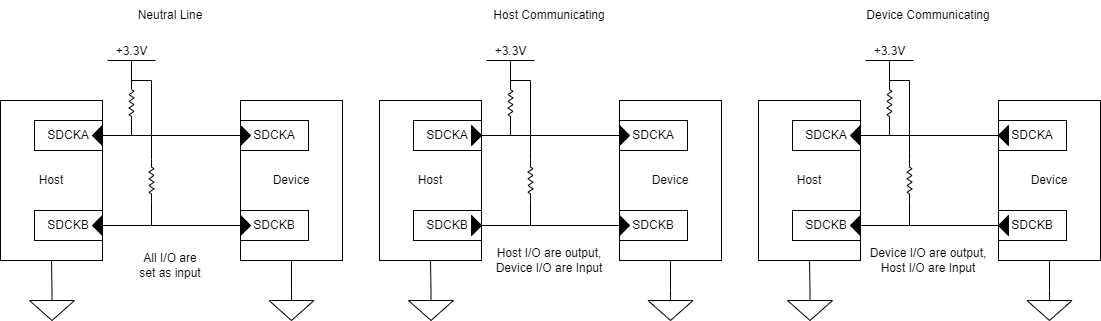
Before: images/Maple_Bus_Hardware_Communication.png, a diagram exported from draw.io (OrangeFox86/DreamcastControllerUsbPico). Source tidied: cells renumbered, new cells last; positions are measured from the earlier drawing's top-left corner, leaving out a move shared by most shapes.
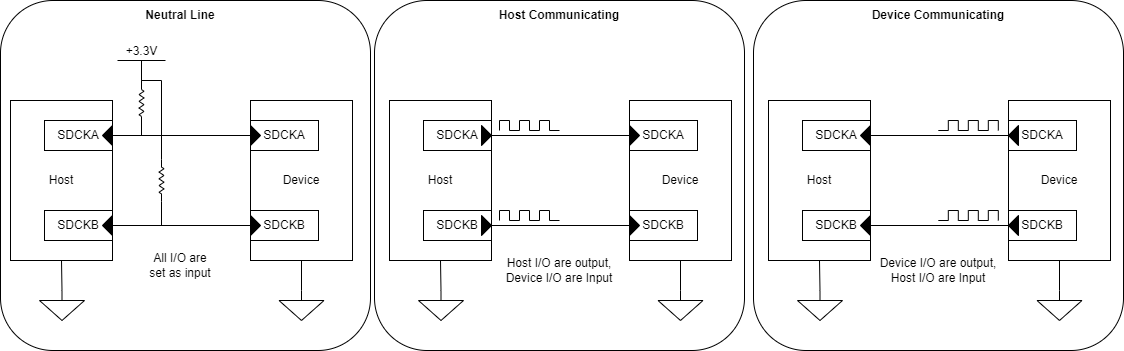
Later version of the same file.

Commit message:
Updated hardware communication image

The edit, as a diff of the source:
```diff
@@ -2,6 +2,15 @@
   <root>
     <mxCell id="0" />
     <mxCell id="1" parent="0" />
+    <mxCell id="77" style="rounded=1;whiteSpace=wrap;html=1;fillColor=none;" parent="1" vertex="1">
+      <mxGeometry x="-10" width="370" height="350" as="geometry" />
+    </mxCell>
+    <mxCell id="78" style="rounded=1;whiteSpace=wrap;html=1;fillColor=none;" parent="1" vertex="1">
+      <mxGeometry x="743" width="370" height="350" as="geometry" />
+    </mxCell>
+    <mxCell id="79" style="rounded=1;whiteSpace=wrap;html=1;fillColor=none;" parent="1" vertex="1">
+      <mxGeometry x="364" width="370" height="350" as="geometry" />
+    </mxCell>
     <mxCell id="2" value="Host" style="rounded=0;whiteSpace=wrap;html=1;" parent="1" vertex="1">
       <mxGeometry y="100" width="102" height="160" as="geometry" />
     </mxCell>
@@ -68,7 +77,7 @@
     <mxCell id="20" value="SDCKB" style="rounded=0;whiteSpace=wrap;html=1;" parent="1" vertex="1">
       <mxGeometry x="240" y="210" width="68" height="30" as="geometry" />
     </mxCell>
-    <mxCell id="21" value="Neutral Line" style="text;html=1;strokeColor=none;fillColor=none;align=center;verticalAlign=middle;whiteSpace=wrap;rounded=0;" parent="1" vertex="1">
+    <mxCell id="21" value="Neutral Line" style="text;html=1;strokeColor=none;fillColor=none;align=center;verticalAlign=middle;whiteSpace=wrap;rounded=0;fontStyle=1;" parent="1" vertex="1">
       <mxGeometry width="340" height="30" as="geometry" />
     </mxCell>
     <mxCell id="22" style="triangle;whiteSpace=wrap;html=1;fillColor=#000000;" parent="1" vertex="1">
@@ -110,36 +119,6 @@
     <mxCell id="34" style="endArrow=none;html=1;rounded=0;exitX=0.5;exitY=0;exitDx=0;exitDy=0;exitPerimeter=0;" parent="1" edge="1" source="33" target="42">
       <mxGeometry relative="1" as="geometry" />
     </mxCell>
-    <mxCell id="35" value="+3.3V" style="verticalLabelPosition=top;verticalAlign=bottom;shape=mxgraph.electrical.signal_sources.vdd;shadow=0;dashed=0;align=center;strokeWidth=1;fontSize=12;html=1;flipV=1;" parent="1" vertex="1">
-      <mxGeometry x="486" y="60" width="48" height="20" as="geometry" />
-    </mxCell>
-    <mxCell id="36" style="verticalLabelPosition=bottom;shadow=0;dashed=0;align=center;html=1;verticalAlign=top;strokeWidth=1;shape=mxgraph.electrical.resistors.resistor_2;rounded=1;comic=0;labelBackgroundColor=none;fontFamily=Verdana;fontSize=12;rotation=90;" parent="1" vertex="1">
-      <mxGeometry x="489" y="100" width="42" height="5" as="geometry" />
-    </mxCell>
-    <mxCell id="37" style="endArrow=none;html=1;rounded=0;fontSize=12;entryX=0.5;entryY=0;entryDx=0;entryDy=0;entryPerimeter=0;exitX=0;exitY=0.5;exitDx=0;exitDy=0;exitPerimeter=0;" parent="1" edge="1" source="36" target="35">
-      <mxGeometry relative="1" as="geometry" />
-    </mxCell>
-    <mxCell id="38" style="endArrow=none;html=1;rounded=0;fontSize=12;entryX=1;entryY=0.5;entryDx=0;entryDy=0;entryPerimeter=0;" parent="1" edge="1" target="36">
-      <mxGeometry relative="1" as="geometry">
-        <mxPoint x="510" y="135" as="sourcePoint" />
-      </mxGeometry>
-    </mxCell>
-    <mxCell id="39" style="verticalLabelPosition=bottom;shadow=0;dashed=0;align=center;html=1;verticalAlign=top;strokeWidth=1;shape=mxgraph.electrical.resistors.resistor_2;rounded=1;comic=0;labelBackgroundColor=none;fontFamily=Verdana;fontSize=12;rotation=90;" parent="1" vertex="1">
-      <mxGeometry x="509" y="177.5" width="42" height="5" as="geometry" />
-    </mxCell>
-    <mxCell id="40" style="endArrow=none;html=1;rounded=0;fontSize=12;entryX=0;entryY=0.5;entryDx=0;entryDy=0;entryPerimeter=0;exitX=0;exitY=0.5;exitDx=0;exitDy=0;exitPerimeter=0;edgeStyle=orthogonalEdgeStyle;" parent="1" edge="1" source="36" target="39">
-      <mxGeometry relative="1" as="geometry">
-        <Array as="points">
-          <mxPoint x="510" y="80" />
-          <mxPoint x="530" y="80" />
-        </Array>
-      </mxGeometry>
-    </mxCell>
-    <mxCell id="41" style="endArrow=none;html=1;rounded=0;fontSize=12;entryX=1;entryY=0.5;entryDx=0;entryDy=0;entryPerimeter=0;" parent="1" edge="1" target="39">
-      <mxGeometry relative="1" as="geometry">
-        <mxPoint x="530" y="225" as="sourcePoint" />
-      </mxGeometry>
-    </mxCell>
     <mxCell id="42" value="Device" style="rounded=0;whiteSpace=wrap;html=1;" parent="1" vertex="1">
       <mxGeometry x="619" y="100" width="102" height="160" as="geometry" />
     </mxCell>
@@ -149,7 +128,7 @@
     <mxCell id="44" value="SDCKB" style="rounded=0;whiteSpace=wrap;html=1;" parent="1" vertex="1">
       <mxGeometry x="619" y="210" width="68" height="30" as="geometry" />
     </mxCell>
-    <mxCell id="45" value="Host Communicating" style="text;html=1;strokeColor=none;fillColor=none;align=center;verticalAlign=middle;whiteSpace=wrap;rounded=0;" parent="1" vertex="1">
+    <mxCell id="45" value="Host Communicating" style="text;html=1;strokeColor=none;fillColor=none;align=center;verticalAlign=middle;whiteSpace=wrap;rounded=0;fontStyle=1;" parent="1" vertex="1">
       <mxGeometry x="379" width="340" height="30" as="geometry" />
     </mxCell>
     <mxCell id="46" style="triangle;whiteSpace=wrap;html=1;fillColor=#000000;" parent="1" vertex="1">
@@ -168,7 +147,7 @@
       <mxGeometry x="135" y="250" width="70" height="30" as="geometry" />
     </mxCell>
     <mxCell id="51" value="Host I/O are output, Device I/O are Input" style="text;html=1;strokeColor=none;fillColor=none;align=center;verticalAlign=middle;whiteSpace=wrap;rounded=0;" parent="1" vertex="1">
-      <mxGeometry x="489" y="240" width="120" height="40" as="geometry" />
+      <mxGeometry x="489" y="250" width="120" height="40" as="geometry" />
     </mxCell>
     <mxCell id="52" value="Host" style="rounded=0;whiteSpace=wrap;html=1;" parent="1" vertex="1">
       <mxGeometry x="758" y="100" width="102" height="160" as="geometry" />
@@ -197,36 +176,6 @@
     <mxCell id="60" style="endArrow=none;html=1;rounded=0;exitX=0.5;exitY=0;exitDx=0;exitDy=0;exitPerimeter=0;" parent="1" edge="1" source="59" target="68">
       <mxGeometry relative="1" as="geometry" />
     </mxCell>
-    <mxCell id="61" value="+3.3V" style="verticalLabelPosition=top;verticalAlign=bottom;shape=mxgraph.electrical.signal_sources.vdd;shadow=0;dashed=0;align=center;strokeWidth=1;fontSize=12;html=1;flipV=1;" parent="1" vertex="1">
-      <mxGeometry x="865" y="60" width="48" height="20" as="geometry" />
-    </mxCell>
-    <mxCell id="62" style="verticalLabelPosition=bottom;shadow=0;dashed=0;align=center;html=1;verticalAlign=top;strokeWidth=1;shape=mxgraph.electrical.resistors.resistor_2;rounded=1;comic=0;labelBackgroundColor=none;fontFamily=Verdana;fontSize=12;rotation=90;" parent="1" vertex="1">
-      <mxGeometry x="868" y="100" width="42" height="5" as="geometry" />
-    </mxCell>
-    <mxCell id="63" style="endArrow=none;html=1;rounded=0;fontSize=12;entryX=0.5;entryY=0;entryDx=0;entryDy=0;entryPerimeter=0;exitX=0;exitY=0.5;exitDx=0;exitDy=0;exitPerimeter=0;" parent="1" edge="1" source="62" target="61">
-      <mxGeometry relative="1" as="geometry" />
-    </mxCell>
-    <mxCell id="64" style="endArrow=none;html=1;rounded=0;fontSize=12;entryX=1;entryY=0.5;entryDx=0;entryDy=0;entryPerimeter=0;" parent="1" edge="1" target="62">
-      <mxGeometry relative="1" as="geometry">
-        <mxPoint x="889" y="135" as="sourcePoint" />
-      </mxGeometry>
-    </mxCell>
-    <mxCell id="65" style="verticalLabelPosition=bottom;shadow=0;dashed=0;align=center;html=1;verticalAlign=top;strokeWidth=1;shape=mxgraph.electrical.resistors.resistor_2;rounded=1;comic=0;labelBackgroundColor=none;fontFamily=Verdana;fontSize=12;rotation=90;" parent="1" vertex="1">
-      <mxGeometry x="888" y="177.5" width="42" height="5" as="geometry" />
-    </mxCell>
-    <mxCell id="66" style="endArrow=none;html=1;rounded=0;fontSize=12;entryX=0;entryY=0.5;entryDx=0;entryDy=0;entryPerimeter=0;exitX=0;exitY=0.5;exitDx=0;exitDy=0;exitPerimeter=0;edgeStyle=orthogonalEdgeStyle;" parent="1" edge="1" source="62" target="65">
-      <mxGeometry relative="1" as="geometry">
-        <Array as="points">
-          <mxPoint x="889" y="80" />
-          <mxPoint x="909" y="80" />
-        </Array>
-      </mxGeometry>
-    </mxCell>
-    <mxCell id="67" style="endArrow=none;html=1;rounded=0;fontSize=12;entryX=1;entryY=0.5;entryDx=0;entryDy=0;entryPerimeter=0;" parent="1" edge="1" target="65">
-      <mxGeometry relative="1" as="geometry">
-        <mxPoint x="909" y="225" as="sourcePoint" />
-      </mxGeometry>
-    </mxCell>
     <mxCell id="68" value="Device" style="rounded=0;whiteSpace=wrap;html=1;" parent="1" vertex="1">
       <mxGeometry x="998" y="100" width="102" height="160" as="geometry" />
     </mxCell>
@@ -236,7 +185,7 @@
     <mxCell id="70" value="SDCKB" style="rounded=0;whiteSpace=wrap;html=1;" parent="1" vertex="1">
       <mxGeometry x="998" y="210" width="68" height="30" as="geometry" />
     </mxCell>
-    <mxCell id="71" value="Device Communicating" style="text;html=1;strokeColor=none;fillColor=none;align=center;verticalAlign=middle;whiteSpace=wrap;rounded=0;" parent="1" vertex="1">
+    <mxCell id="71" value="Device Communicating" style="text;html=1;strokeColor=none;fillColor=none;align=center;verticalAlign=middle;whiteSpace=wrap;rounded=0;fontStyle=1;" parent="1" vertex="1">
       <mxGeometry x="758" width="340" height="30" as="geometry" />
     </mxCell>
     <mxCell id="72" style="triangle;whiteSpace=wrap;html=1;fillColor=#000000;rotation=-180;" parent="1" vertex="1">
@@ -252,7 +201,295 @@
       <mxGeometry x="850" y="215" width="10" height="20" as="geometry" />
     </mxCell>
     <mxCell id="76" value="Device I/O are output, Host I/O are Input" style="text;html=1;strokeColor=none;fillColor=none;align=center;verticalAlign=middle;whiteSpace=wrap;rounded=0;" parent="1" vertex="1">
-      <mxGeometry x="868" y="240" width="120" height="40" as="geometry" />
+      <mxGeometry x="868" y="250" width="120" height="40" as="geometry" />
     </mxCell>
+    <mxCell id="80" style="endArrow=none;html=1;rounded=0;strokeWidth=1;" parent="1" edge="1">
+      <mxGeometry relative="1" as="geometry">
+        <mxPoint x="489" y="130" as="sourcePoint" />
+        <mxPoint x="489" y="120" as="targetPoint" />
+      </mxGeometry>
+    </mxCell>
+    <mxCell id="81" style="endArrow=none;html=1;rounded=0;strokeWidth=1;" parent="1" edge="1">
+      <mxGeometry relative="1" as="geometry">
+        <mxPoint x="499" y="120" as="sourcePoint" />
+        <mxPoint x="489" y="120" as="targetPoint" />
+      </mxGeometry>
+    </mxCell>
+    <mxCell id="82" style="endArrow=none;html=1;rounded=0;strokeWidth=1;" parent="1" edge="1">
+      <mxGeometry relative="1" as="geometry">
+        <mxPoint x="499" y="130" as="sourcePoint" />
+        <mxPoint x="499" y="120" as="targetPoint" />
+      </mxGeometry>
+    </mxCell>
+    <mxCell id="83" style="endArrow=none;html=1;rounded=0;strokeWidth=1;" parent="1" edge="1">
+      <mxGeometry relative="1" as="geometry">
+        <mxPoint x="509" y="130" as="sourcePoint" />
+        <mxPoint x="499" y="130" as="targetPoint" />
+      </mxGeometry>
+    </mxCell>
+    <mxCell id="84" style="endArrow=none;html=1;rounded=0;strokeWidth=1;" parent="1" edge="1">
+      <mxGeometry relative="1" as="geometry">
+        <mxPoint x="509" y="130" as="sourcePoint" />
+        <mxPoint x="509" y="120" as="targetPoint" />
+      </mxGeometry>
+    </mxCell>
+    <mxCell id="85" style="endArrow=none;html=1;rounded=0;strokeWidth=1;" parent="1" edge="1">
+      <mxGeometry relative="1" as="geometry">
+        <mxPoint x="519" y="120" as="sourcePoint" />
+        <mxPoint x="509" y="120" as="targetPoint" />
+      </mxGeometry>
+    </mxCell>
+    <mxCell id="86" style="endArrow=none;html=1;rounded=0;strokeWidth=1;" parent="1" edge="1">
+      <mxGeometry relative="1" as="geometry">
+        <mxPoint x="519" y="130" as="sourcePoint" />
+        <mxPoint x="519" y="120" as="targetPoint" />
+      </mxGeometry>
+    </mxCell>
+    <mxCell id="87" style="endArrow=none;html=1;rounded=0;strokeWidth=1;" parent="1" edge="1">
+      <mxGeometry relative="1" as="geometry">
+        <mxPoint x="529" y="130" as="sourcePoint" />
+        <mxPoint x="519" y="130" as="targetPoint" />
+      </mxGeometry>
+    </mxCell>
+    <mxCell id="88" style="endArrow=none;html=1;rounded=0;strokeWidth=1;" parent="1" edge="1">
+      <mxGeometry relative="1" as="geometry">
+        <mxPoint x="529" y="130" as="sourcePoint" />
+        <mxPoint x="529" y="120" as="targetPoint" />
+      </mxGeometry>
+    </mxCell>
+    <mxCell id="89" style="endArrow=none;html=1;rounded=0;strokeWidth=1;" parent="1" edge="1">
+      <mxGeometry relative="1" as="geometry">
+        <mxPoint x="539" y="120" as="sourcePoint" />
+        <mxPoint x="529" y="120" as="targetPoint" />
+      </mxGeometry>
+    </mxCell>
+    <mxCell id="90" style="endArrow=none;html=1;rounded=0;strokeWidth=1;" parent="1" edge="1">
+      <mxGeometry relative="1" as="geometry">
+        <mxPoint x="539" y="130" as="sourcePoint" />
+        <mxPoint x="539" y="120" as="targetPoint" />
+      </mxGeometry>
+    </mxCell>
+    <mxCell id="91" style="endArrow=none;html=1;rounded=0;strokeWidth=1;" parent="1" edge="1">
+      <mxGeometry relative="1" as="geometry">
+        <mxPoint x="549" y="130" as="sourcePoint" />
+        <mxPoint x="539" y="130" as="targetPoint" />
+      </mxGeometry>
+    </mxCell>
+    <mxCell id="92" style="endArrow=none;html=1;rounded=0;strokeWidth=1;" parent="1" edge="1">
+      <mxGeometry relative="1" as="geometry">
+        <mxPoint x="489" y="220" as="sourcePoint" />
+        <mxPoint x="489" y="210" as="targetPoint" />
+      </mxGeometry>
+    </mxCell>
+    <mxCell id="93" style="endArrow=none;html=1;rounded=0;strokeWidth=1;" parent="1" edge="1">
+      <mxGeometry relative="1" as="geometry">
+        <mxPoint x="499" y="210" as="sourcePoint" />
+        <mxPoint x="489" y="210" as="targetPoint" />
+      </mxGeometry>
+    </mxCell>
+    <mxCell id="94" style="endArrow=none;html=1;rounded=0;strokeWidth=1;" parent="1" edge="1">
+      <mxGeometry relative="1" as="geometry">
+        <mxPoint x="499" y="220" as="sourcePoint" />
+        <mxPoint x="499" y="210" as="targetPoint" />
+      </mxGeometry>
+    </mxCell>
+    <mxCell id="95" style="endArrow=none;html=1;rounded=0;strokeWidth=1;" parent="1" edge="1">
+      <mxGeometry relative="1" as="geometry">
+        <mxPoint x="509" y="220" as="sourcePoint" />
+        <mxPoint x="499" y="220" as="targetPoint" />
+      </mxGeometry>
+    </mxCell>
+    <mxCell id="96" style="endArrow=none;html=1;rounded=0;strokeWidth=1;" parent="1" edge="1">
+      <mxGeometry relative="1" as="geometry">
+        <mxPoint x="509" y="220" as="sourcePoint" />
+        <mxPoint x="509" y="210" as="targetPoint" />
+      </mxGeometry>
+    </mxCell>
+    <mxCell id="97" style="endArrow=none;html=1;rounded=0;strokeWidth=1;" parent="1" edge="1">
+      <mxGeometry relative="1" as="geometry">
+        <mxPoint x="519" y="210" as="sourcePoint" />
+        <mxPoint x="509" y="210" as="targetPoint" />
+      </mxGeometry>
+    </mxCell>
+    <mxCell id="98" style="endArrow=none;html=1;rounded=0;strokeWidth=1;" parent="1" edge="1">
+      <mxGeometry relative="1" as="geometry">
+        <mxPoint x="519" y="220" as="sourcePoint" />
+        <mxPoint x="519" y="210" as="targetPoint" />
+      </mxGeometry>
+    </mxCell>
+    <mxCell id="99" style="endArrow=none;html=1;rounded=0;strokeWidth=1;" parent="1" edge="1">
+      <mxGeometry relative="1" as="geometry">
+        <mxPoint x="529" y="220" as="sourcePoint" />
+        <mxPoint x="519" y="220" as="targetPoint" />
+      </mxGeometry>
+    </mxCell>
+    <mxCell id="100" style="endArrow=none;html=1;rounded=0;strokeWidth=1;" parent="1" edge="1">
+      <mxGeometry relative="1" as="geometry">
+        <mxPoint x="529" y="220" as="sourcePoint" />
+        <mxPoint x="529" y="210" as="targetPoint" />
+      </mxGeometry>
+    </mxCell>
+    <mxCell id="101" style="endArrow=none;html=1;rounded=0;strokeWidth=1;" parent="1" edge="1">
+      <mxGeometry relative="1" as="geometry">
+        <mxPoint x="539" y="210" as="sourcePoint" />
+        <mxPoint x="529" y="210" as="targetPoint" />
+      </mxGeometry>
+    </mxCell>
+    <mxCell id="102" style="endArrow=none;html=1;rounded=0;strokeWidth=1;" parent="1" edge="1">
+      <mxGeometry relative="1" as="geometry">
+        <mxPoint x="539" y="220" as="sourcePoint" />
+        <mxPoint x="539" y="210" as="targetPoint" />
+      </mxGeometry>
+    </mxCell>
+    <mxCell id="103" style="endArrow=none;html=1;rounded=0;strokeWidth=1;" parent="1" edge="1">
+      <mxGeometry relative="1" as="geometry">
+        <mxPoint x="549" y="220" as="sourcePoint" />
+        <mxPoint x="539" y="220" as="targetPoint" />
+      </mxGeometry>
+    </mxCell>
+    <mxCell id="104" style="endArrow=none;html=1;rounded=0;strokeWidth=1;" parent="1" edge="1">
+      <mxGeometry relative="1" as="geometry">
+        <mxPoint x="937.8" y="220" as="sourcePoint" />
+        <mxPoint x="937.8" y="210" as="targetPoint" />
+      </mxGeometry>
+    </mxCell>
+    <mxCell id="105" style="endArrow=none;html=1;rounded=0;strokeWidth=1;" parent="1" edge="1">
+      <mxGeometry relative="1" as="geometry">
+        <mxPoint x="947.8" y="210" as="sourcePoint" />
+        <mxPoint x="937.8" y="210" as="targetPoint" />
+      </mxGeometry>
+    </mxCell>
+    <mxCell id="106" style="endArrow=none;html=1;rounded=0;strokeWidth=1;" parent="1" edge="1">
+      <mxGeometry relative="1" as="geometry">
+        <mxPoint x="947.8" y="220" as="sourcePoint" />
+        <mxPoint x="947.8" y="210" as="targetPoint" />
+      </mxGeometry>
+    </mxCell>
+    <mxCell id="107" style="endArrow=none;html=1;rounded=0;strokeWidth=1;" parent="1" edge="1">
+      <mxGeometry relative="1" as="geometry">
+        <mxPoint x="957.8" y="220" as="sourcePoint" />
+        <mxPoint x="947.8" y="220" as="targetPoint" />
+      </mxGeometry>
+    </mxCell>
+    <mxCell id="108" style="endArrow=none;html=1;rounded=0;strokeWidth=1;" parent="1" edge="1">
+      <mxGeometry relative="1" as="geometry">
+        <mxPoint x="957.8" y="220" as="sourcePoint" />
+        <mxPoint x="957.8" y="210" as="targetPoint" />
+      </mxGeometry>
+    </mxCell>
+    <mxCell id="109" style="endArrow=none;html=1;rounded=0;strokeWidth=1;" parent="1" edge="1">
+      <mxGeometry relative="1" as="geometry">
+        <mxPoint x="967.8" y="210" as="sourcePoint" />
+        <mxPoint x="957.8" y="210" as="targetPoint" />
+      </mxGeometry>
+    </mxCell>
+    <mxCell id="110" style="endArrow=none;html=1;rounded=0;strokeWidth=1;" parent="1" edge="1">
+      <mxGeometry relative="1" as="geometry">
+        <mxPoint x="967.8" y="220" as="sourcePoint" />
+        <mxPoint x="967.8" y="210" as="targetPoint" />
+      </mxGeometry>
+    </mxCell>
+    <mxCell id="111" style="endArrow=none;html=1;rounded=0;strokeWidth=1;" parent="1" edge="1">
+      <mxGeometry relative="1" as="geometry">
+        <mxPoint x="977.8" y="220" as="sourcePoint" />
+        <mxPoint x="967.8" y="220" as="targetPoint" />
+      </mxGeometry>
+    </mxCell>
+    <mxCell id="112" style="endArrow=none;html=1;rounded=0;strokeWidth=1;" parent="1" edge="1">
+      <mxGeometry relative="1" as="geometry">
+        <mxPoint x="977.8" y="220" as="sourcePoint" />
+        <mxPoint x="977.8" y="210" as="targetPoint" />
+      </mxGeometry>
+    </mxCell>
+    <mxCell id="113" style="endArrow=none;html=1;rounded=0;strokeWidth=1;" parent="1" edge="1">
+      <mxGeometry relative="1" as="geometry">
+        <mxPoint x="987.8" y="210" as="sourcePoint" />
+        <mxPoint x="977.8" y="210" as="targetPoint" />
+      </mxGeometry>
+    </mxCell>
+    <mxCell id="114" style="endArrow=none;html=1;rounded=0;strokeWidth=1;" parent="1" edge="1">
+      <mxGeometry relative="1" as="geometry">
+        <mxPoint x="987.8" y="220" as="sourcePoint" />
+        <mxPoint x="987.8" y="210" as="targetPoint" />
+      </mxGeometry>
+    </mxCell>
+    <mxCell id="115" style="endArrow=none;html=1;rounded=0;strokeWidth=1;" parent="1" edge="1">
+      <mxGeometry relative="1" as="geometry">
+        <mxPoint x="937.8" y="220" as="sourcePoint" />
+        <mxPoint x="927.8" y="220" as="targetPoint" />
+      </mxGeometry>
+    </mxCell>
+    <mxCell id="116" style="endArrow=none;html=1;rounded=0;strokeWidth=1;" parent="1" edge="1">
+      <mxGeometry relative="1" as="geometry">
+        <mxPoint x="937.8" y="130" as="sourcePoint" />
+        <mxPoint x="937.8" y="120" as="targetPoint" />
+      </mxGeometry>
+    </mxCell>
+    <mxCell id="117" style="endArrow=none;html=1;rounded=0;strokeWidth=1;" parent="1" edge="1">
+      <mxGeometry relative="1" as="geometry">
+        <mxPoint x="947.8" y="120" as="sourcePoint" />
+        <mxPoint x="937.8" y="120" as="targetPoint" />
+      </mxGeometry>
+    </mxCell>
+    <mxCell id="118" style="endArrow=none;html=1;rounded=0;strokeWidth=1;" parent="1" edge="1">
+      <mxGeometry relative="1" as="geometry">
+        <mxPoint x="947.8" y="130" as="sourcePoint" />
+        <mxPoint x="947.8" y="120" as="targetPoint" />
+      </mxGeometry>
+    </mxCell>
+    <mxCell id="119" style="endArrow=none;html=1;rounded=0;strokeWidth=1;" parent="1" edge="1">
+      <mxGeometry relative="1" as="geometry">
+        <mxPoint x="957.8" y="130" as="sourcePoint" />
+        <mxPoint x="947.8" y="130" as="targetPoint" />
+      </mxGeometry>
+    </mxCell>
+    <mxCell id="120" style="endArrow=none;html=1;rounded=0;strokeWidth=1;" parent="1" edge="1">
+      <mxGeometry relative="1" as="geometry">
+        <mxPoint x="957.8" y="130" as="sourcePoint" />
+        <mxPoint x="957.8" y="120" as="targetPoint" />
+      </mxGeometry>
+    </mxCell>
+    <mxCell id="121" style="endArrow=none;html=1;rounded=0;strokeWidth=1;" parent="1" edge="1">
+      <mxGeometry relative="1" as="geometry">
+        <mxPoint x="967.8" y="120" as="sourcePoint" />
+        <mxPoint x="957.8" y="120" as="targetPoint" />
+      </mxGeometry>
+    </mxCell>
+    <mxCell id="122" style="endArrow=none;html=1;rounded=0;strokeWidth=1;" parent="1" edge="1">
+      <mxGeometry relative="1" as="geometry">
+        <mxPoint x="967.8" y="130" as="sourcePoint" />
+        <mxPoint x="967.8" y="120" as="targetPoint" />
+      </mxGeometry>
+    </mxCell>
+    <mxCell id="123" style="endArrow=none;html=1;rounded=0;strokeWidth=1;" parent="1" edge="1">
+      <mxGeometry relative="1" as="geometry">
+        <mxPoint x="977.8" y="130" as="sourcePoint" />
+        <mxPoint x="967.8" y="130" as="targetPoint" />
+      </mxGeometry>
+    </mxCell>
+    <mxCell id="124" style="endArrow=none;html=1;rounded=0;strokeWidth=1;" parent="1" edge="1">
+      <mxGeometry relative="1" as="geometry">
+        <mxPoint x="977.8" y="130" as="sourcePoint" />
+        <mxPoint x="977.8" y="120" as="targetPoint" />
+      </mxGeometry>
+    </mxCell>
+    <mxCell id="125" style="endArrow=none;html=1;rounded=0;strokeWidth=1;" parent="1" edge="1">
+      <mxGeometry relative="1" as="geometry">
+        <mxPoint x="987.8" y="120" as="sourcePoint" />
+        <mxPoint x="977.8" y="120" as="targetPoint" />
+      </mxGeometry>
+    </mxCell>
+    <mxCell id="126" style="endArrow=none;html=1;rounded=0;strokeWidth=1;" parent="1" edge="1">
+      <mxGeometry relative="1" as="geometry">
+        <mxPoint x="987.8" y="130" as="sourcePoint" />
+        <mxPoint x="987.8" y="120" as="targetPoint" />
+      </mxGeometry>
+    </mxCell>
+    <mxCell id="127" style="endArrow=none;html=1;rounded=0;strokeWidth=1;" parent="1" edge="1">
+      <mxGeometry relative="1" as="geometry">
+        <mxPoint x="937.8" y="130" as="sourcePoint" />
+        <mxPoint x="927.8" y="130" as="targetPoint" />
+      </mxGeometry>
+    </mxCell>
   </root>
 </mxGraphModel>
```
